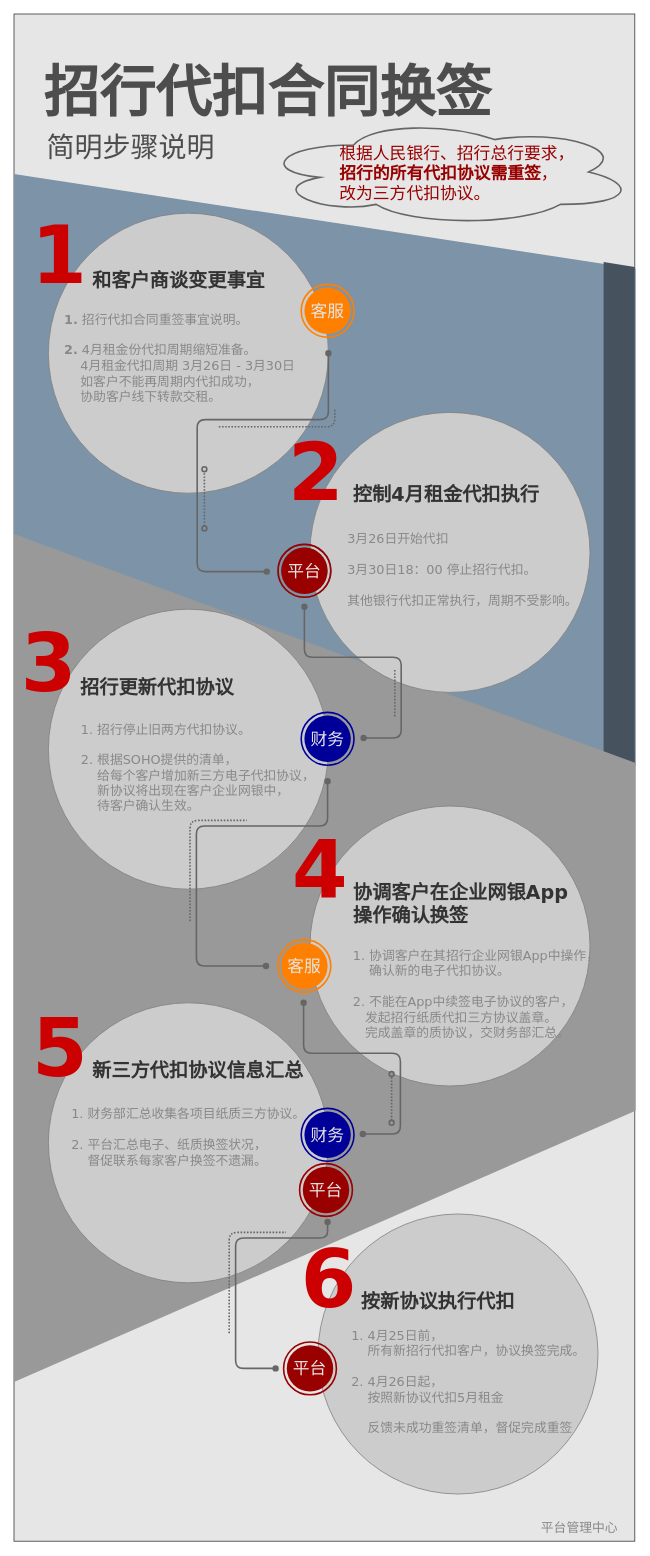
This is graphs/Untitled Diagram.drawio from leichong2019/MyBooks, a draw.io file, before an edit. Source tidied: cells renumbered, new cells numbered last; positions are measured from the earlier drawing's top-left corner, leaving out a move shared by most shapes. Both pictures are drawn from the tidied source at 80%, with x=0, y=0 at pixel (14, 14).
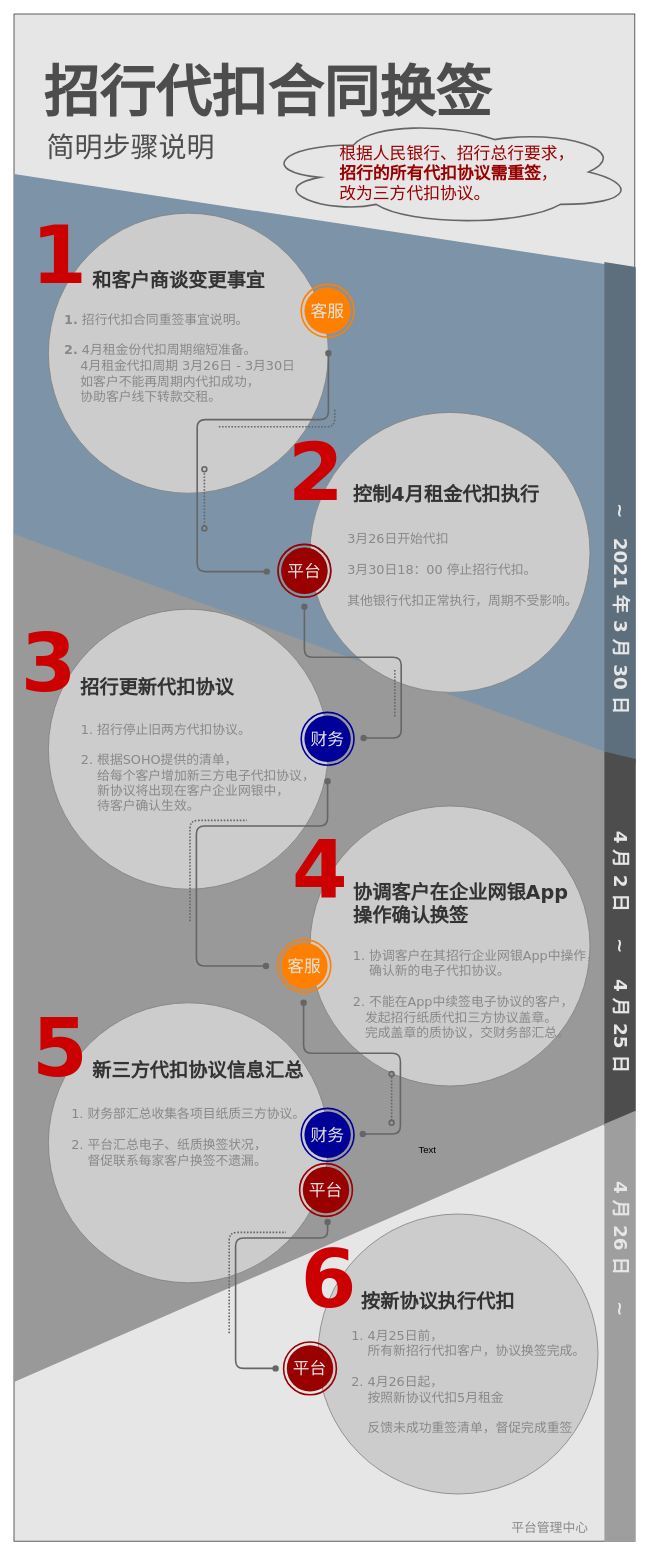
The same page after the edit.

The edit, as a diff of the source:
```diff
@@
-    <mxCell id="4" style="verticalLabelPosition=bottom;verticalAlign=middle;html=1;shape=mxgraph.basic.polygon;polyCoords=[[1,0.01],[1,0.98],[0,0.96],[0,0]];polyline=0;rounded=0;shadow=0;fontSize=18;fontColor=#ffffff;glass=0;sketch=0;strokeColor=none;fillColor=#46535E;" parent="1" vertex="1">
-      <mxGeometry x="737" y="310" width="39" height="640" as="geometry" />
+    <mxCell id="4" style="verticalLabelPosition=bottom;verticalAlign=middle;html=1;shape=mxgraph.basic.polygon;polyCoords=[[1,0.01],[1,0.98],[0,0.96],[0,0]];polyline=0;rounded=0;shadow=0;fontSize=18;fontColor=#ffffff;glass=0;sketch=0;strokeColor=none;fillColor=#5D6E7D;" parent="1" vertex="1">
+      <mxGeometry x="738" y="310" width="39" height="640" as="geometry" />
     </mxCell>
@@
     <mxCell id="24" value="平台管理中心" style="text;html=1;align=left;verticalAlign=top;spacingTop=-4;fontSize=16;fontColor=#888888;fontFamily=Verdana;" parent="1" vertex="1">
-      <mxGeometry x="657" y="1880" width="110" height="20" as="geometry" />
+      <mxGeometry x="620" y="1880" width="110" height="20" as="geometry" />
     </mxCell>
@@
+    <mxCell id="81" style="verticalLabelPosition=bottom;verticalAlign=middle;html=1;shape=mxgraph.basic.polygon;polyCoords=[[1,0.02],[1,0.96],[0,1],[0,0]];polyline=0;rounded=0;shadow=0;fontSize=18;fontColor=#ffffff;glass=0;sketch=0;strokeColor=none;fillColor=#4D4D4D;" parent="1" vertex="1">
+      <mxGeometry x="738" y="922" width="39" height="468" as="geometry" />
+    </mxCell>
+    <mxCell id="82" value="Text" style="text;html=1;strokeColor=none;fillColor=none;align=center;verticalAlign=middle;whiteSpace=wrap;rounded=0;" parent="1" vertex="1">
+      <mxGeometry x="497" y="1410" width="40" height="20" as="geometry" />
+    </mxCell>
+    <mxCell id="83" style="verticalLabelPosition=bottom;verticalAlign=middle;html=1;shape=mxgraph.basic.polygon;polyCoords=[[1,0.02],[1,1],[0,1],[0,0.05]];polyline=0;rounded=0;shadow=0;fontSize=18;fontColor=#ffffff;glass=0;sketch=0;strokeColor=none;fillColor=#9E9E9E;" parent="1" vertex="1">
+      <mxGeometry x="738" y="1360" width="39" height="550" as="geometry" />
+    </mxCell>
+    <mxCell id="84" value="&amp;nbsp;~&amp;nbsp;&amp;nbsp; 2021 年 3 月 30 日" style="text;html=1;strokeColor=none;fillColor=none;align=center;verticalAlign=top;whiteSpace=wrap;rounded=0;horizontal=0;rotation=-180;fontStyle=1;fontFamily=Verdana;fontColor=#E6E6E6;fontSize=23;" parent="1" vertex="1">
+      <mxGeometry x="738" y="558" width="40" height="364" as="geometry" />
+    </mxCell>
+    <mxCell id="85" value="&amp;nbsp;4 月 2 日&amp;nbsp;&amp;nbsp;&amp;nbsp; ~&amp;nbsp;&amp;nbsp;&amp;nbsp; 4 月 25 日" style="text;html=1;strokeColor=none;fillColor=none;align=center;verticalAlign=top;whiteSpace=wrap;rounded=0;horizontal=0;rotation=-180;fontStyle=1;fontFamily=Verdana;fontColor=#E6E6E6;fontSize=23;" parent="1" vertex="1">
+      <mxGeometry x="738" y="987" width="40" height="364" as="geometry" />
+    </mxCell>
+    <mxCell id="86" value="&amp;nbsp;4 月 26 日&amp;nbsp;&amp;nbsp;&amp;nbsp; ~&amp;nbsp;&amp;nbsp;&amp;nbsp; " style="text;html=1;strokeColor=none;fillColor=none;align=center;verticalAlign=top;whiteSpace=wrap;rounded=0;horizontal=0;rotation=-180;fontStyle=1;fontFamily=Verdana;fontColor=#E6E6E6;fontSize=23;" parent="1" vertex="1">
+      <mxGeometry x="738" y="1370" width="40" height="364" as="geometry" />
+    </mxCell>
```
